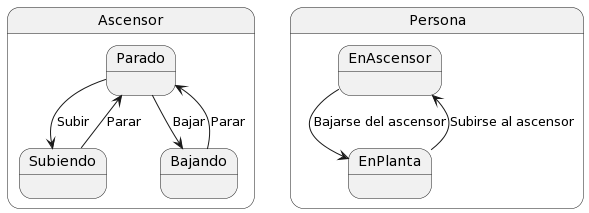
mmasias/IdSw2-22-23 keeps this PlantUML diagram as entregas/Grupo4/ModeloDelDominio/images/diagramaDeEstados.png. Above is the earlier version.
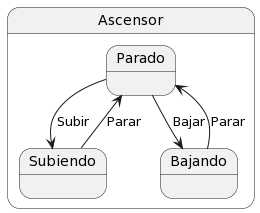
Later version of the same file.

The edit, as a diff of the source:
```diff
@@ -9,13 +9,4 @@
     Subiendo --> Parado : Parar
     Bajando --> Parado : Parar
 }
-
-State Persona {
-    State EnAscensor
-    State EnPlanta
-
-    EnAscensor --> EnPlanta : Bajarse del ascensor
-    EnPlanta --> EnAscensor : Subirse al ascensor
-
-}
 @enduml
```
